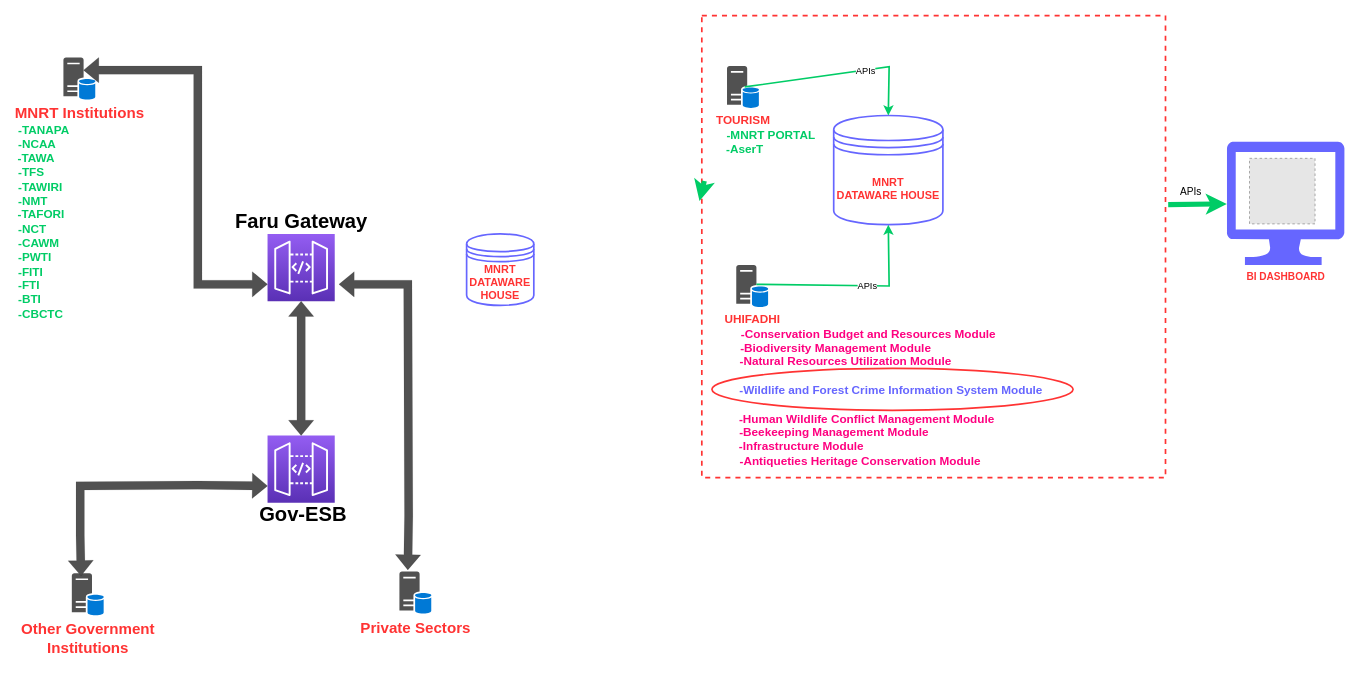
Earlier version of the draw.io diagram faru-gateway-sketch-template.drawio (MbalamulaS/tech-diagrams). Source tidied: cells renumbered, new cells numbered last; positions are measured from the earlier drawing's top-left corner, leaving out a move shared by most shapes. Both pictures are drawn from the tidied source at 84%, with x=0, y=0 at pixel (63, 15). Pictures stored in the file or linked from it are replaced by grey dashed boxes.
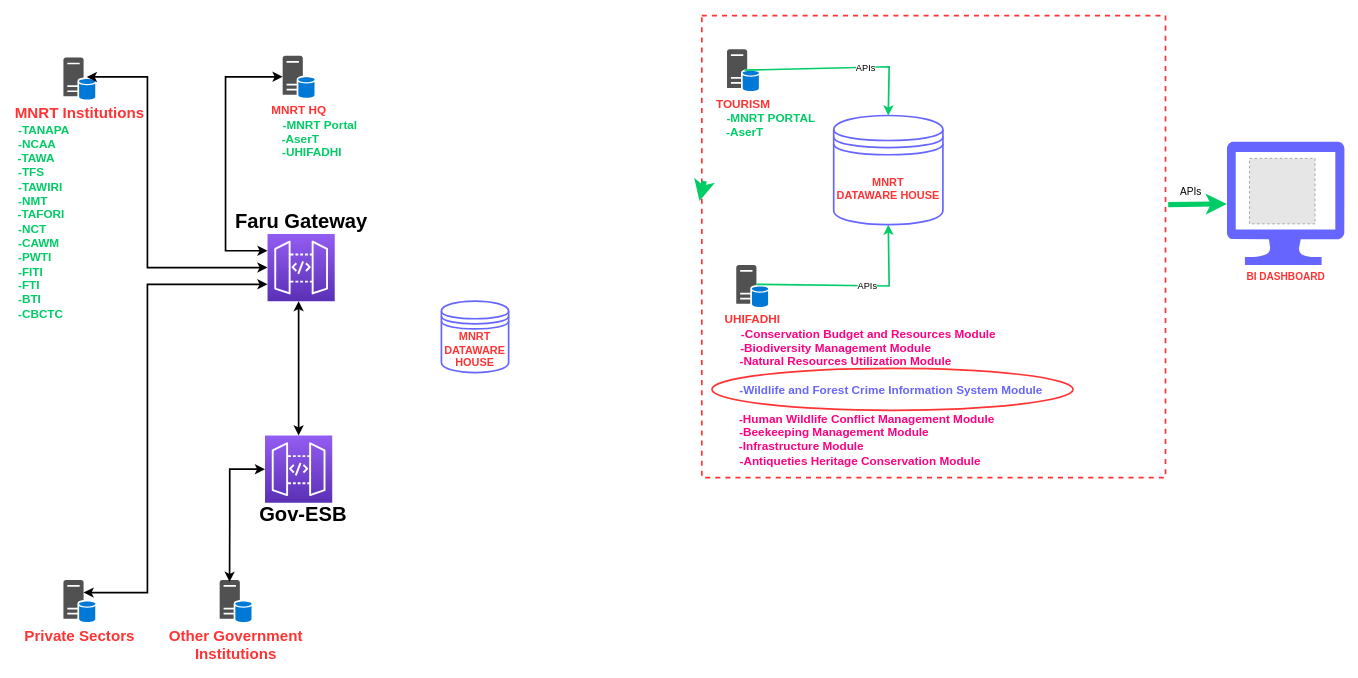
The same diagram, later.

Commit message:
MNRT HQ integration added

The change refers to these unchanged cells:
```xml
<mxCell id="3" style="sketch=0;points=[[0,0,0,0,0],[0,0.25,0,0,0],[0,0.5,0,0,0],[0,0.75,0,0,0],[0,1,0,0,0],[0.25,0,0,0,0],[0.25,1,0,0,0],[0.5,0,0,0,0],[0.5,1,0,0,0],[0.75,0,0,0,0],[0.75,1,0,0,0],[1,0,0,0,0],[1,0.25,0,0,0],[1,0.5,0,0,0],[1,0.75,0,0,0],[1,1,0,0,0]];outlineConnect=0;fontColor=#232F3E;gradientColor=#945DF2;gradientDirection=north;fillColor=#5A30B5;strokeColor=#ffffff;dashed=0;verticalLabelPosition=top;verticalAlign=top;align=center;html=1;fontSize=12;fontStyle=0;shape=mxgraph.aws4.resourceIcon;resIcon=mxgraph.aws4.api_gateway;" parent="1" vertex="1">
  <mxGeometry x="243" y="260" width="80" height="80" as="geometry" />
</mxCell>
<mxCell id="18" value="&lt;div&gt;&lt;b&gt;&lt;font style=&quot;font-size: 18px;&quot; color=&quot;#ff3333&quot;&gt;MNRT Institutions&lt;br&gt;&lt;/font&gt;&lt;/b&gt;&lt;/div&gt;&lt;div align=&quot;left&quot;&gt;&lt;b&gt;&lt;font style=&quot;font-size: 14px;&quot; color=&quot;#00cc66&quot;&gt;&amp;nbsp;-TANAPA&lt;br&gt;&lt;/font&gt;&lt;/b&gt;&lt;/div&gt;&lt;div&gt;&lt;div align=&quot;left&quot;&gt;&lt;b&gt;&lt;font style=&quot;font-size: 14px;&quot; color=&quot;#00cc66&quot;&gt;&amp;nbsp;-NCAA&lt;/font&gt;&lt;font style=&quot;font-size: 14px;&quot; color=&quot;#00cc66&quot;&gt;&lt;br&gt;&lt;/font&gt;&lt;/b&gt;&lt;/div&gt;&lt;div align=&quot;left&quot;&gt;&lt;b&gt;&lt;font color=&quot;#00cc66&quot;&gt;&amp;nbsp;&lt;/font&gt;&lt;font style=&quot;font-size: 14px;&quot; color=&quot;#00cc66&quot;&gt;-TAWA&lt;/font&gt;&lt;/b&gt;&lt;/div&gt;&lt;div align=&quot;left&quot;&gt;&lt;b&gt;&lt;font style=&quot;font-size: 14px;&quot; color=&quot;#00cc66&quot;&gt;&amp;nbsp;-TFS&lt;br&gt;&lt;/font&gt;&lt;/b&gt;&lt;/div&gt;&lt;div align=&quot;left&quot;&gt;&lt;b&gt;&lt;font style=&quot;font-size: 14px;&quot; color=&quot;#00cc66&quot;&gt;&amp;nbsp;-TAWIRI&lt;br&gt;&lt;/font&gt;&lt;/b&gt;&lt;div&gt;&lt;div align=&quot;left&quot;&gt;&lt;b&gt;&lt;font style=&quot;font-size: 14px;&quot; color=&quot;#00cc66&quot;&gt;&amp;nbsp;-NMT&lt;/font&gt;&lt;font style=&quot;font-size: 14px;&quot; color=&quot;#00cc66&quot;&gt;&lt;br&gt;&lt;/font&gt;&lt;/b&gt;&lt;/div&gt;&lt;div align=&quot;left&quot;&gt;&lt;b&gt;&lt;font color=&quot;#00cc66&quot;&gt;&amp;nbsp;&lt;/font&gt;&lt;font style=&quot;font-size: 14px;&quot; color=&quot;#00cc66&quot;&gt;-TAFORI&lt;/font&gt;&lt;/b&gt;&lt;/div&gt;&lt;div align=&quot;left&quot;&gt;&lt;b&gt;&lt;font style=&quot;font-size: 14px;&quot; color=&quot;#00cc66&quot;&gt;&amp;nbsp;-NCT&lt;/font&gt;&lt;/b&gt;&lt;/div&gt;&lt;div align=&quot;left&quot;&gt;&lt;b&gt;&lt;font style=&quot;font-size: 14px;&quot; color=&quot;#00cc66&quot;&gt;&amp;nbsp;-CAWM&lt;/font&gt;&lt;/b&gt;&lt;/div&gt;&lt;div align=&quot;left&quot;&gt;&lt;b&gt;&lt;font style=&quot;font-size: 14px;&quot; color=&quot;#00cc66&quot;&gt;&amp;nbsp;-PWTI&lt;/font&gt;&lt;/b&gt;&lt;/div&gt;&lt;div align=&quot;left&quot;&gt;&lt;b&gt;&lt;font style=&quot;font-size: 14px;&quot; color=&quot;#00cc66&quot;&gt;&amp;nbsp;-FITI&lt;/font&gt;&lt;/b&gt;&lt;/div&gt;&lt;div align=&quot;left&quot;&gt;&lt;b&gt;&lt;font style=&quot;font-size: 14px;&quot; color=&quot;#00cc66&quot;&gt;&amp;nbsp;-FTI&lt;/font&gt;&lt;/b&gt;&lt;/div&gt;&lt;div align=&quot;left&quot;&gt;&lt;b&gt;&lt;font style=&quot;font-size: 14px;&quot; color=&quot;#00cc66&quot;&gt;&amp;nbsp;-BTI&lt;/font&gt;&lt;/b&gt;&lt;/div&gt;&lt;div align=&quot;left&quot;&gt;&lt;b&gt;&lt;font style=&quot;font-size: 14px;&quot; color=&quot;#00cc66&quot;&gt;&amp;nbsp;-CBCTC&lt;/font&gt;&lt;/b&gt;&lt;/div&gt;&lt;/div&gt;&lt;/div&gt;&lt;font style=&quot;font-size: 14px;&quot; color=&quot;#00cc66&quot;&gt;&lt;b&gt;&lt;/b&gt;&lt;/font&gt;&lt;/div&gt;" style="sketch=0;shadow=0;dashed=0;html=1;strokeColor=none;labelPosition=center;verticalLabelPosition=bottom;verticalAlign=top;align=center;fillColor=#515151;shape=mxgraph.mscae.system_center.primary_site;" parent="1" vertex="1">
  <mxGeometry y="50" width="38" height="50" as="geometry" />
</mxCell>
```

What changed in the source:
```diff
@@
     <mxCell id="7" value="&lt;div&gt;&lt;font style=&quot;font-size: 14px;&quot; color=&quot;#ff3333&quot;&gt;&lt;b&gt;TOURISM&lt;br&gt;&lt;/b&gt;&lt;/font&gt;&lt;/div&gt;&lt;div&gt;&lt;font style=&quot;font-size: 14px;&quot; color=&quot;#00cc66&quot;&gt;&lt;b&gt;&amp;nbsp;&amp;nbsp;&amp;nbsp;&amp;nbsp;&amp;nbsp;&amp;nbsp;&amp;nbsp;&amp;nbsp;&amp;nbsp;&amp;nbsp;&amp;nbsp;&amp;nbsp;&amp;nbsp;&amp;nbsp;&amp;nbsp;&amp;nbsp; -MNRT PORTAL&lt;/b&gt;&lt;/font&gt;&lt;/div&gt;&lt;div&gt;&lt;font style=&quot;font-size: 14px;&quot; color=&quot;#00cc66&quot;&gt;&lt;b&gt;&amp;nbsp;-AserT&lt;/b&gt;&lt;/font&gt;&lt;font style=&quot;font-size: 14px;&quot; color=&quot;#00cc66&quot;&gt;&lt;b&gt;&lt;br&gt;&lt;/b&gt;&lt;/font&gt;&lt;/div&gt;" style="sketch=0;shadow=0;dashed=0;html=1;strokeColor=none;labelPosition=center;verticalLabelPosition=bottom;verticalAlign=top;align=center;fillColor=#515151;shape=mxgraph.mscae.system_center.primary_site;" parent="1" vertex="1">
-      <mxGeometry x="790" y="60" width="38" height="50" as="geometry" />
+      <mxGeometry x="790" y="40" width="38" height="50" as="geometry" />
     </mxCell>
@@
     <mxCell id="17" value="&lt;div style=&quot;font-size: 13px;&quot;&gt;&lt;font style=&quot;font-size: 13px;&quot;&gt;&lt;b&gt;&lt;font style=&quot;font-size: 13px;&quot; color=&quot;#ff3333&quot;&gt;MNRT&lt;/font&gt;&lt;/b&gt;&lt;/font&gt;&lt;/div&gt;&lt;div style=&quot;font-size: 13px;&quot;&gt;&lt;font style=&quot;font-size: 13px;&quot; color=&quot;#ff3333&quot;&gt;&lt;b&gt;DATAWARE HOUSE&lt;/b&gt;&lt;br&gt;&lt;/font&gt;&lt;/div&gt;" style="shape=datastore;whiteSpace=wrap;html=1;strokeWidth=2;strokeColor=#6666FF;" parent="1" vertex="1">
-      <mxGeometry x="480" y="260" width="80" height="85" as="geometry" />
+      <mxGeometry x="450" y="340" width="80" height="85" as="geometry" />
     </mxCell>
@@
     <mxCell id="20" style="sketch=0;points=[[0,0,0,0,0],[0,0.25,0,0,0],[0,0.5,0,0,0],[0,0.75,0,0,0],[0,1,0,0,0],[0.25,0,0,0,0],[0.25,1,0,0,0],[0.5,0,0,0,0],[0.5,1,0,0,0],[0.75,0,0,0,0],[0.75,1,0,0,0],[1,0,0,0,0],[1,0.25,0,0,0],[1,0.5,0,0,0],[1,0.75,0,0,0],[1,1,0,0,0]];outlineConnect=0;fontColor=#232F3E;gradientColor=#945DF2;gradientDirection=north;fillColor=#5A30B5;strokeColor=#ffffff;dashed=0;verticalLabelPosition=top;verticalAlign=top;align=center;html=1;fontSize=12;fontStyle=0;shape=mxgraph.aws4.resourceIcon;resIcon=mxgraph.aws4.api_gateway;" parent="1" vertex="1">
-      <mxGeometry x="243" y="500" width="80" height="80" as="geometry" />
+      <mxGeometry x="240" y="500" width="80" height="80" as="geometry" />
     </mxCell>
@@
-    <mxCell id="22" style="shape=flexArrow;endArrow=classic;startArrow=classic;html=1;rounded=0;entryX=0.5;entryY=1;entryDx=0;entryDy=0;entryPerimeter=0;fillColor=#515151;strokeWidth=0.1;" parent="1" edge="1" source="20" target="3">
-      <mxGeometry relative="1" as="geometry">
-        <Array as="points">
-          <mxPoint x="283" y="450" />
-        </Array>
-      </mxGeometry>
-    </mxCell>
     <mxCell id="23" value="&lt;div&gt;&lt;b&gt;&lt;font style=&quot;font-size: 18px;&quot; color=&quot;#ff3333&quot;&gt;Other Government&lt;/font&gt;&lt;/b&gt;&lt;/div&gt;&lt;div&gt;&lt;b&gt;&lt;font style=&quot;font-size: 18px;&quot; color=&quot;#ff3333&quot;&gt;Institutions&lt;br&gt;&lt;/font&gt;&lt;/b&gt;&lt;/div&gt;" style="sketch=0;shadow=0;dashed=0;html=1;strokeColor=none;labelPosition=center;verticalLabelPosition=bottom;verticalAlign=top;align=center;fillColor=#515151;shape=mxgraph.mscae.system_center.primary_site;" parent="1" vertex="1">
-      <mxGeometry x="10" y="664" width="38" height="50" as="geometry" />
+      <mxGeometry x="186" y="672" width="38" height="50" as="geometry" />
     </mxCell>
+    <mxCell id="25" value="&lt;div&gt;&lt;b&gt;&lt;font style=&quot;font-size: 18px;&quot; color=&quot;#ff3333&quot;&gt;Private Sectors&lt;br&gt;&lt;/font&gt;&lt;/b&gt;&lt;/div&gt;" style="sketch=0;shadow=0;dashed=0;html=1;strokeColor=none;labelPosition=center;verticalLabelPosition=bottom;verticalAlign=top;align=center;fillColor=#515151;shape=mxgraph.mscae.system_center.primary_site;" parent="1" vertex="1">
+      <mxGeometry y="672" width="38" height="50" as="geometry" />
+    </mxCell>
+    <mxCell id="28" value="&lt;div&gt;&lt;font style=&quot;font-size: 14px;&quot; color=&quot;#ff3333&quot;&gt;&lt;b&gt;MNRT HQ&lt;br&gt;&lt;/b&gt;&lt;/font&gt;&lt;/div&gt;&lt;div&gt;&lt;font style=&quot;font-size: 14px;&quot; color=&quot;#00cc66&quot;&gt;&lt;b&gt;&amp;nbsp;&amp;nbsp;&amp;nbsp;&amp;nbsp;&amp;nbsp;&amp;nbsp;&amp;nbsp;&amp;nbsp;&amp;nbsp;&amp;nbsp;&amp;nbsp;&amp;nbsp; -MNRT Portal&lt;br&gt;&lt;/b&gt;&lt;/font&gt;&lt;/div&gt;&lt;div&gt;&lt;font style=&quot;font-size: 14px;&quot; color=&quot;#00cc66&quot;&gt;&lt;b&gt;&amp;nbsp;-AserT&lt;/b&gt;&lt;/font&gt;&lt;font style=&quot;font-size: 14px;&quot; color=&quot;#00cc66&quot;&gt;&lt;b&gt;&lt;br&gt;&lt;/b&gt;&lt;/font&gt;&lt;/div&gt;&lt;div&gt;&lt;font style=&quot;font-size: 14px;&quot; color=&quot;#00cc66&quot;&gt;&lt;b&gt;&amp;nbsp;&amp;nbsp;&amp;nbsp;&amp;nbsp;&amp;nbsp;&amp;nbsp;&amp;nbsp; -UHIFADHI&lt;br&gt;&lt;/b&gt;&lt;/font&gt;&lt;/div&gt;" style="sketch=0;shadow=0;dashed=0;html=1;strokeColor=none;labelPosition=center;verticalLabelPosition=bottom;verticalAlign=top;align=center;fillColor=#515151;shape=mxgraph.mscae.system_center.primary_site;" parent="1" vertex="1">
+      <mxGeometry x="261" y="48" width="38" height="50" as="geometry" />
+    </mxCell>
+    <mxCell id="29" style="endArrow=classic;startArrow=classic;html=1;rounded=0;shadow=0;strokeColor=default;strokeWidth=2;align=center;verticalAlign=middle;fontFamily=Helvetica;fontSize=11;fontColor=default;labelBackgroundColor=default;fillColor=#515151;entryX=0;entryY=0.75;entryDx=0;entryDy=0;entryPerimeter=0;exitX=0.63;exitY=0.3;exitDx=0;exitDy=0;exitPerimeter=0;" parent="1" edge="1" source="25" target="3">
+      <mxGeometry relative="1" as="geometry">
+        <Array as="points">
+          <mxPoint x="100" y="687" />
+          <mxPoint x="100" y="320" />
+        </Array>
+      </mxGeometry>
+    </mxCell>
-    <mxCell id="24" style="shape=flexArrow;endArrow=classic;startArrow=classic;html=1;rounded=0;entryX=0;entryY=0.75;entryDx=0;entryDy=0;entryPerimeter=0;exitX=0.289;exitY=0.06;exitDx=0;exitDy=0;exitPerimeter=0;fillColor=#515151;strokeWidth=0.1;" parent="1" edge="1" source="23" target="20">
+    <mxCell id="24" style="endArrow=classic;startArrow=classic;html=1;rounded=0;shadow=0;strokeColor=default;strokeWidth=2;align=center;verticalAlign=middle;fontFamily=Helvetica;fontSize=11;fontColor=default;labelBackgroundColor=default;fillColor=#515151;entryX=0;entryY=0.5;entryDx=0;entryDy=0;entryPerimeter=0;exitX=0.31;exitY=0.044;exitDx=0;exitDy=0;exitPerimeter=0;" parent="1" edge="1" source="23" target="20">
       <mxGeometry relative="1" as="geometry">
         <Array as="points">
-          <mxPoint x="20" y="619" />
-          <mxPoint x="20" y="560" />
-          <mxPoint x="160" y="559" />
+          <mxPoint x="198" y="600" />
+          <mxPoint x="198" y="540" />
         </Array>
       </mxGeometry>
     </mxCell>
-    <mxCell id="25" value="&lt;div&gt;&lt;b&gt;&lt;font style=&quot;font-size: 18px;&quot; color=&quot;#ff3333&quot;&gt;Private Sectors&lt;br&gt;&lt;/font&gt;&lt;/b&gt;&lt;/div&gt;" style="sketch=0;shadow=0;dashed=0;html=1;strokeColor=none;labelPosition=center;verticalLabelPosition=bottom;verticalAlign=top;align=center;fillColor=#515151;shape=mxgraph.mscae.system_center.primary_site;" parent="1" vertex="1">
-      <mxGeometry x="400" y="662" width="38" height="50" as="geometry" />
-    </mxCell>
-    <mxCell id="26" style="shape=flexArrow;endArrow=classic;startArrow=classic;html=1;rounded=0;entryX=1;entryY=0.75;entryDx=0;entryDy=0;entryPerimeter=0;fillColor=#515151;strokeWidth=0.1;" parent="1" edge="1">
-      <mxGeometry relative="1" as="geometry">
-        <mxPoint x="410" y="660" as="sourcePoint" />
-        <mxPoint x="328" y="320" as="targetPoint" />
-        <Array as="points">
-          <mxPoint x="411" y="595.5" />
-          <mxPoint x="410" y="320" />
-        </Array>
-      </mxGeometry>
-    </mxCell>
+    <mxCell id="30" style="endArrow=classic;startArrow=classic;html=1;rounded=0;shadow=0;strokeColor=default;strokeWidth=2;align=center;verticalAlign=middle;fontFamily=Helvetica;fontSize=11;fontColor=default;labelBackgroundColor=default;fillColor=#515151;exitX=0.5;exitY=0;exitDx=0;exitDy=0;exitPerimeter=0;" parent="1" edge="1" source="20">
+      <mxGeometry relative="1" as="geometry">
+        <mxPoint x="280" y="340" as="targetPoint" />
+        <Array as="points">
+          <mxPoint x="280" y="390" />
+        </Array>
+      </mxGeometry>
+    </mxCell>
+    <mxCell id="31" style="edgeStyle=none;rounded=0;orthogonalLoop=1;jettySize=auto;html=1;entryX=0.5;entryY=0;entryDx=0;entryDy=0;entryPerimeter=0;shadow=0;strokeColor=default;strokeWidth=2;align=center;verticalAlign=middle;fontFamily=Helvetica;fontSize=11;fontColor=default;labelBackgroundColor=default;startArrow=classic;endArrow=classic;fillColor=#515151;" parent="1" edge="1" source="20" target="20">
+      <mxGeometry relative="1" as="geometry" />
+    </mxCell>
-    <mxCell id="27" style="shape=flexArrow;endArrow=classic;startArrow=classic;html=1;rounded=0;entryX=0.63;entryY=0.3;entryDx=0;entryDy=0;entryPerimeter=0;exitX=0;exitY=0.75;exitDx=0;exitDy=0;exitPerimeter=0;fillColor=#515151;strokeWidth=0.1;" parent="1" edge="1" source="3" target="18">
+    <mxCell id="27" style="endArrow=classic;startArrow=classic;html=1;rounded=0;shadow=0;strokeColor=default;strokeWidth=2;align=center;verticalAlign=middle;fontFamily=Helvetica;fontSize=11;fontColor=default;labelBackgroundColor=default;fillColor=#515151;entryX=0.731;entryY=0.462;entryDx=0;entryDy=0;entryPerimeter=0;exitX=0;exitY=0.5;exitDx=0;exitDy=0;exitPerimeter=0;" parent="1" edge="1" source="3" target="18">
       <mxGeometry relative="1" as="geometry">
         <Array as="points">
-          <mxPoint x="160" y="320" />
-          <mxPoint x="160" y="65" />
+          <mxPoint x="100" y="300" />
+          <mxPoint x="100" y="73" />
         </Array>
       </mxGeometry>
     </mxCell>
+    <mxCell id="32" style="endArrow=classic;startArrow=classic;html=1;rounded=0;shadow=0;strokeColor=default;strokeWidth=2;align=center;verticalAlign=middle;fontFamily=Helvetica;fontSize=11;fontColor=default;labelBackgroundColor=default;fillColor=#515151;exitX=0;exitY=0.25;exitDx=0;exitDy=0;exitPerimeter=0;entryX=0;entryY=0.5;entryDx=0;entryDy=0;entryPerimeter=0;" parent="1" edge="1" source="3" target="28">
+      <mxGeometry relative="1" as="geometry">
+        <Array as="points">
+          <mxPoint x="193" y="280" />
+          <mxPoint x="193" y="73" />
+        </Array>
+      </mxGeometry>
+    </mxCell>
```
